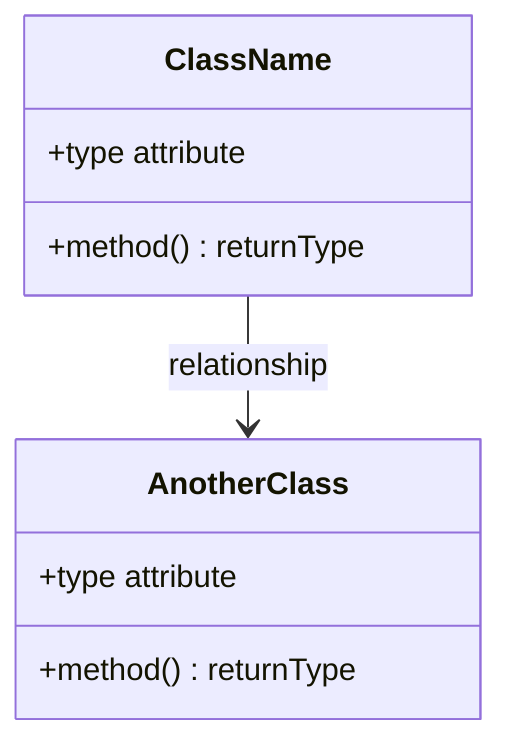
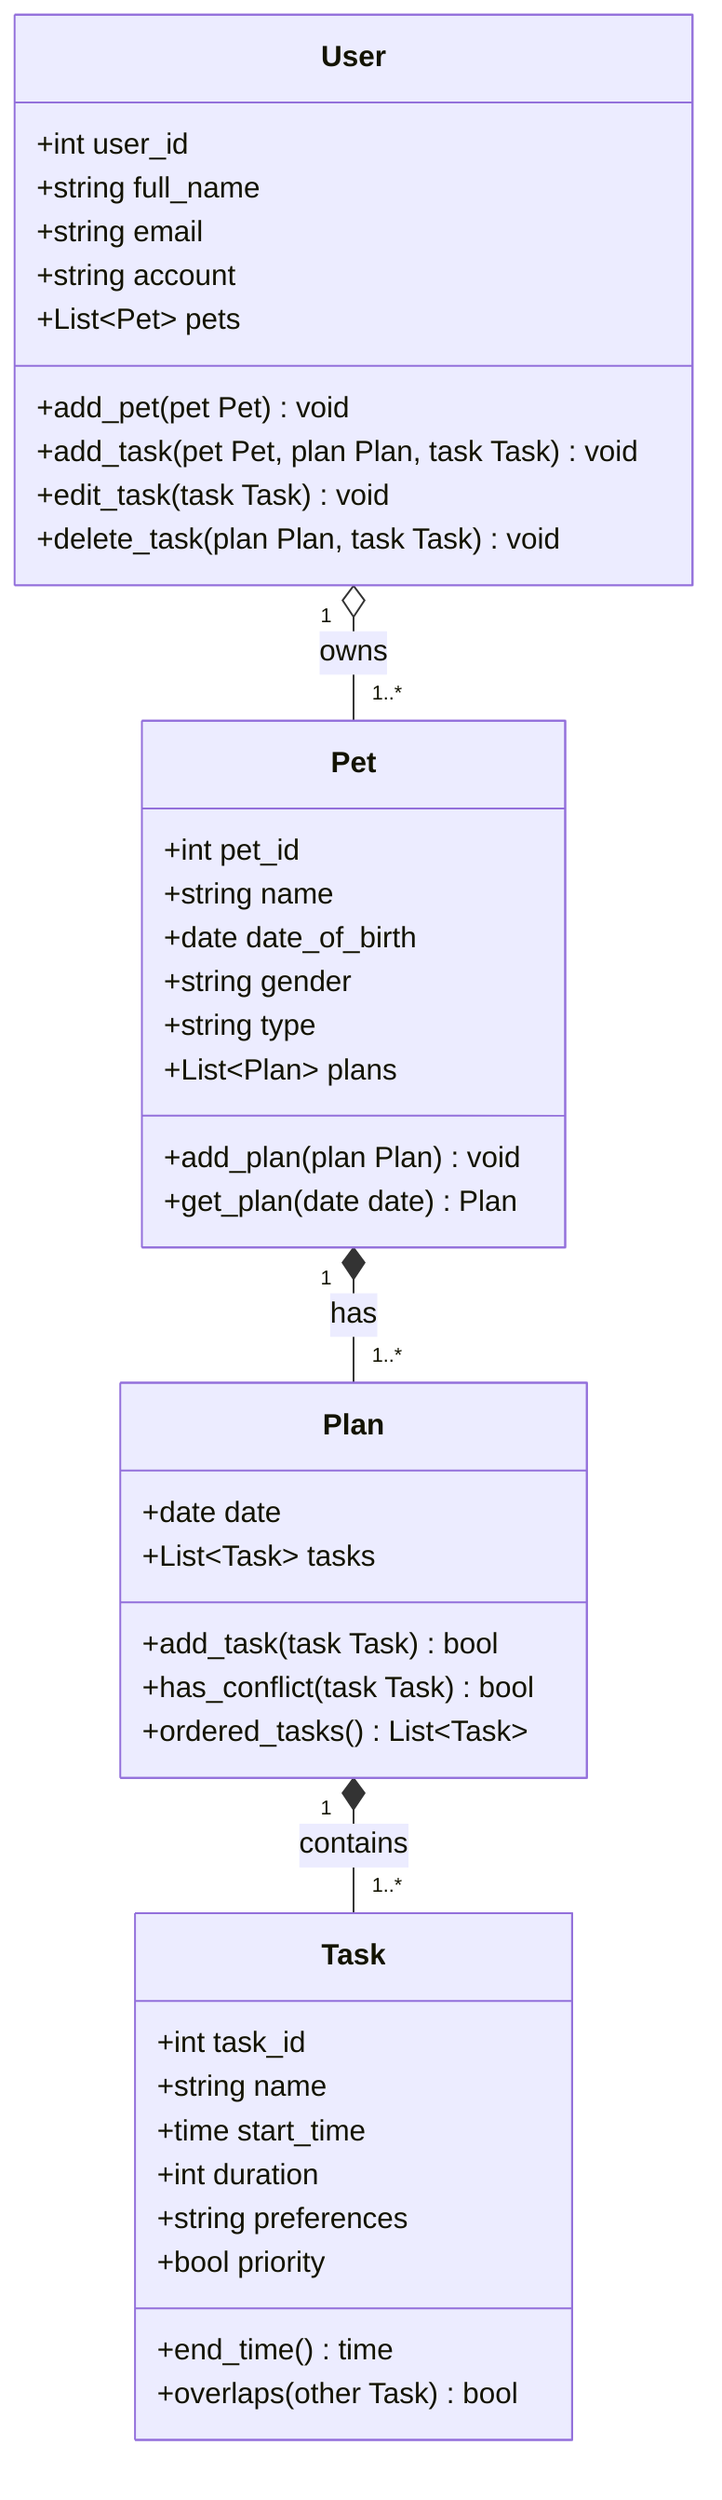
classDiagram
-     %% Replace the placeholders below with your actual classes, attributes, methods, and relationships.
-     %% Keep this file updated so it matches your final implementation.
- 
-     class ClassName {
-         +type attribute
-         +method() returnType
+     class User {
+         +int user_id
+         +string full_name
+         +string email
+         +string account
+         +List~Pet~ pets
+         +add_pet(pet Pet) void
+         +add_task(pet Pet, plan Plan, task Task) void
+         +edit_task(task Task) void
+         +delete_task(plan Plan, task Task) void
    }

-     class AnotherClass {
-         +type attribute
-         +method() returnType
+     class Pet {
+         +int pet_id
+         +string name
+         +date date_of_birth
+         +string gender
+         +string type
+         +List~Plan~ plans
+         +add_plan(plan Plan) void
+         +get_plan(date date) Plan
    }

-     ClassName --> AnotherClass : relationship
+     class Plan {
+         +date date
+         +List~Task~ tasks
+         +add_task(task Task) bool
+         +has_conflict(task Task) bool
+         +ordered_tasks() List~Task~
+     }
+ 
+     class Task {
+         +int task_id
+         +string name
+         +time start_time
+         +int duration
+         +string preferences
+         +bool priority
+         +end_time() time
+         +overlaps(other Task) bool
+     }
+ 
+     User "1" o-- "1..*" Pet : owns
+     Pet "1" *-- "1..*" Plan : has
+     Plan "1" *-- "1..*" Task : contains
